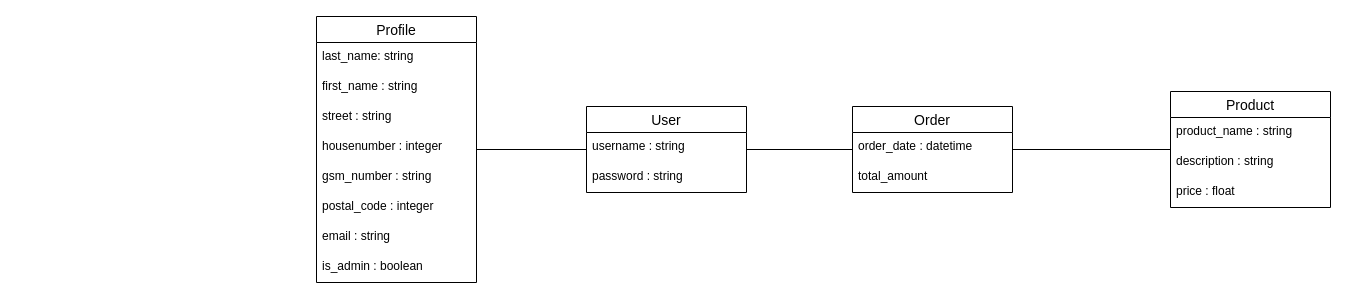
This is analysis/drawio/domain_model.drawio from UCLL-Full-stack/project2425-group-2-12, a draw.io file, before an edit. Source tidied: cells renumbered, new cells numbered last; positions are measured from the earlier drawing's top-left corner, leaving out a move shared by most shapes. Both pictures are drawn from the tidied source at 100%, with x=0, y=0 at pixel (316, 16).
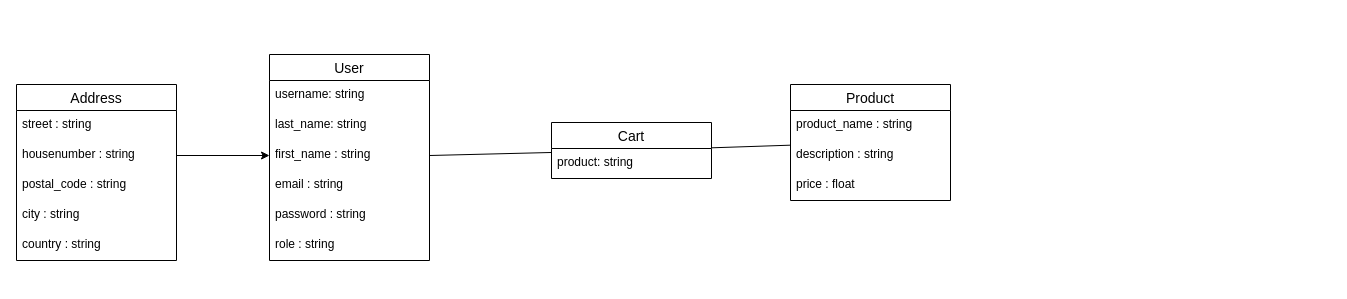
The same page after the edit.

What changed in the source:
```diff
@@
-    <mxCell id="2" value="Profile" style="swimlane;fontStyle=0;horizontal=1;startSize=26;align=center;fontSize=14;" parent="1" vertex="1">
-      <mxGeometry width="160" height="266" as="geometry" />
+    <mxCell id="2" value="User" style="swimlane;fontStyle=0;horizontal=1;startSize=26;align=center;fontSize=14;" parent="1" vertex="1">
+      <mxGeometry x="-47" y="38" width="160" height="206" as="geometry" />
     </mxCell>
+    <mxCell id="25" value="username: string" style="text;strokeColor=none;fillColor=none;spacingLeft=4;spacingRight=4;overflow=hidden;fontSize=12;" parent="2" vertex="1">
+      <mxGeometry y="26" width="160" height="30" as="geometry" />
+    </mxCell>
     <mxCell id="3" value="last_name: string" style="text;strokeColor=none;fillColor=none;spacingLeft=4;spacingRight=4;overflow=hidden;fontSize=12;" parent="2" vertex="1">
-      <mxGeometry y="26" width="160" height="30" as="geometry" />
+      <mxGeometry y="56" width="160" height="30" as="geometry" />
     </mxCell>
     <mxCell id="4" value="first_name : string" style="text;strokeColor=none;fillColor=none;spacingLeft=4;spacingRight=4;overflow=hidden;points=[[0,0.5],[1,0.5]];portConstraint=eastwest;fontSize=12;" parent="2" vertex="1">
-      <mxGeometry y="56" width="160" height="30" as="geometry" />
+      <mxGeometry y="86" width="160" height="30" as="geometry" />
     </mxCell>
-    <mxCell id="5" value="street : string" style="text;strokeColor=none;fillColor=none;spacingLeft=4;spacingRight=4;overflow=hidden;fontSize=12;" parent="2" vertex="1">
-      <mxGeometry y="86" width="160" height="30" as="geometry" />
-    </mxCell>
-    <mxCell id="6" value="housenumber : integer" style="text;strokeColor=none;fillColor=none;spacingLeft=4;spacingRight=4;overflow=hidden;points=[[0,0.5],[1,0.5]];portConstraint=eastwest;fontSize=12;" parent="2" vertex="1">
-      <mxGeometry y="116" width="160" height="30" as="geometry" />
-    </mxCell>
-    <mxCell id="7" value="gsm_number : string" style="text;strokeColor=none;fillColor=none;spacingLeft=4;spacingRight=4;overflow=hidden;fontSize=12;" parent="2" vertex="1">
-      <mxGeometry y="146" width="160" height="30" as="geometry" />
-    </mxCell>
-    <mxCell id="8" value="postal_code : integer" style="text;strokeColor=none;fillColor=none;spacingLeft=4;spacingRight=4;overflow=hidden;fontSize=12;" parent="2" vertex="1">
-      <mxGeometry y="176" width="160" height="30" as="geometry" />
-    </mxCell>
     <mxCell id="9" value="email : string" style="text;strokeColor=none;fillColor=none;spacingLeft=4;spacingRight=4;overflow=hidden;fontSize=12;" parent="2" vertex="1">
-      <mxGeometry y="206" width="160" height="30" as="geometry" />
+      <mxGeometry y="116" width="160" height="30" as="geometry" />
     </mxCell>
+    <mxCell id="23" value="password : string" style="text;strokeColor=none;fillColor=none;spacingLeft=4;spacingRight=4;overflow=hidden;fontSize=12;" parent="2" vertex="1">
+      <mxGeometry y="146" width="160" height="30" as="geometry" />
+    </mxCell>
-    <mxCell id="10" value="is_admin : boolean" style="text;strokeColor=none;fillColor=none;spacingLeft=4;spacingRight=4;overflow=hidden;fontSize=12;" parent="2" vertex="1">
-      <mxGeometry y="236" width="160" height="30" as="geometry" />
+    <mxCell id="10" value="role : string" style="text;strokeColor=none;fillColor=none;spacingLeft=4;spacingRight=4;overflow=hidden;fontSize=12;" parent="2" vertex="1">
+      <mxGeometry y="176" width="160" height="30" as="geometry" />
     </mxCell>
     <mxCell id="11" value="Product" style="swimlane;fontStyle=0;horizontal=1;startSize=26;align=center;fontSize=14;" parent="1" vertex="1">
-      <mxGeometry x="854" y="75" width="160" height="116" as="geometry" />
+      <mxGeometry x="474" y="68" width="160" height="116" as="geometry" />
     </mxCell>
@@
-    <mxCell id="15" value="Order" style="swimlane;fontStyle=0;horizontal=1;startSize=26;align=center;fontSize=14;" parent="1" vertex="1">
-      <mxGeometry x="536" y="90" width="160" height="86" as="geometry" />
-    </mxCell>
-    <mxCell id="16" value="order_date : datetime" style="text;strokeColor=none;fillColor=none;spacingLeft=4;spacingRight=4;overflow=hidden;fontSize=12;" parent="15" vertex="1">
-      <mxGeometry y="26" width="160" height="30" as="geometry" />
-    </mxCell>
-    <mxCell id="17" value="total_amount" style="text;strokeColor=none;fillColor=none;spacingLeft=4;spacingRight=4;overflow=hidden;fontSize=12;" parent="15" vertex="1">
-      <mxGeometry y="56" width="160" height="30" as="geometry" />
-    </mxCell>
-    <mxCell id="18" style="endArrow=none;html=1;rounded=0;" parent="1" edge="1" source="15" target="21">
+    <mxCell id="18" style="endArrow=none;html=1;rounded=0;" parent="1" edge="1" source="11" target="21">
       <mxGeometry relative="1" as="geometry" />
     </mxCell>
-    <mxCell id="19" style="endArrow=none;html=1;rounded=0;" parent="1" edge="1" source="15" target="11">
-      <mxGeometry relative="1" as="geometry" />
-    </mxCell>
-    <mxCell id="20" style="endArrow=none;html=1;rounded=0;" parent="1" edge="1" source="2">
-      <mxGeometry relative="1" as="geometry">
-        <mxPoint x="160" y="143.9" as="targetPoint" />
-      </mxGeometry>
-    </mxCell>
-    <mxCell id="21" value="User" style="swimlane;fontStyle=0;horizontal=1;startSize=26;align=center;fontSize=14;" parent="1" vertex="1">
-      <mxGeometry x="270" y="90" width="160" height="86" as="geometry" />
+    <mxCell id="21" value="Cart" style="swimlane;fontStyle=0;horizontal=1;startSize=26;align=center;fontSize=14;" parent="1" vertex="1">
+      <mxGeometry x="235" y="106" width="160" height="56" as="geometry" />
     </mxCell>
-    <mxCell id="22" value="username : string" style="text;strokeColor=none;fillColor=none;spacingLeft=4;spacingRight=4;overflow=hidden;fontSize=12;" parent="21" vertex="1">
+    <mxCell id="22" value="product: string" style="text;strokeColor=none;fillColor=none;spacingLeft=4;spacingRight=4;overflow=hidden;fontSize=12;" parent="21" vertex="1">
       <mxGeometry y="26" width="160" height="30" as="geometry" />
     </mxCell>
-    <mxCell id="23" value="password : string" style="text;strokeColor=none;fillColor=none;spacingLeft=4;spacingRight=4;overflow=hidden;fontSize=12;" parent="21" vertex="1">
-      <mxGeometry y="56" width="160" height="30" as="geometry" />
-    </mxCell>
@@
+    <mxCell id="26" value="Address" style="swimlane;fontStyle=0;horizontal=1;startSize=26;align=center;fontSize=14;" parent="1" vertex="1">
+      <mxGeometry x="-300" y="68" width="160" height="176" as="geometry" />
+    </mxCell>
+    <mxCell id="5" value="street : string" style="text;strokeColor=none;fillColor=none;spacingLeft=4;spacingRight=4;overflow=hidden;fontSize=12;" parent="26" vertex="1">
+      <mxGeometry y="26" width="160" height="30" as="geometry" />
+    </mxCell>
+    <mxCell id="6" value="housenumber : string" style="text;strokeColor=none;fillColor=none;spacingLeft=4;spacingRight=4;overflow=hidden;points=[[0,0.5],[1,0.5]];portConstraint=eastwest;fontSize=12;" parent="26" vertex="1">
+      <mxGeometry y="56" width="160" height="30" as="geometry" />
+    </mxCell>
+    <mxCell id="8" value="postal_code : string" style="text;strokeColor=none;fillColor=none;spacingLeft=4;spacingRight=4;overflow=hidden;fontSize=12;" parent="26" vertex="1">
+      <mxGeometry y="86" width="160" height="30" as="geometry" />
+    </mxCell>
+    <mxCell id="27" value="city : string" style="text;strokeColor=none;fillColor=none;spacingLeft=4;spacingRight=4;overflow=hidden;fontSize=12;" parent="26" vertex="1">
+      <mxGeometry y="116" width="160" height="30" as="geometry" />
+    </mxCell>
+    <mxCell id="28" value="country : string" style="text;strokeColor=none;fillColor=none;spacingLeft=4;spacingRight=4;overflow=hidden;fontSize=12;" parent="26" vertex="1">
+      <mxGeometry y="146" width="160" height="30" as="geometry" />
+    </mxCell>
+    <mxCell id="29" style="edgeStyle=none;html=1;exitX=1;exitY=0.5;exitDx=0;exitDy=0;entryX=0;entryY=0.5;entryDx=0;entryDy=0;" parent="1" edge="1" source="6" target="4">
+      <mxGeometry relative="1" as="geometry" />
+    </mxCell>
```
